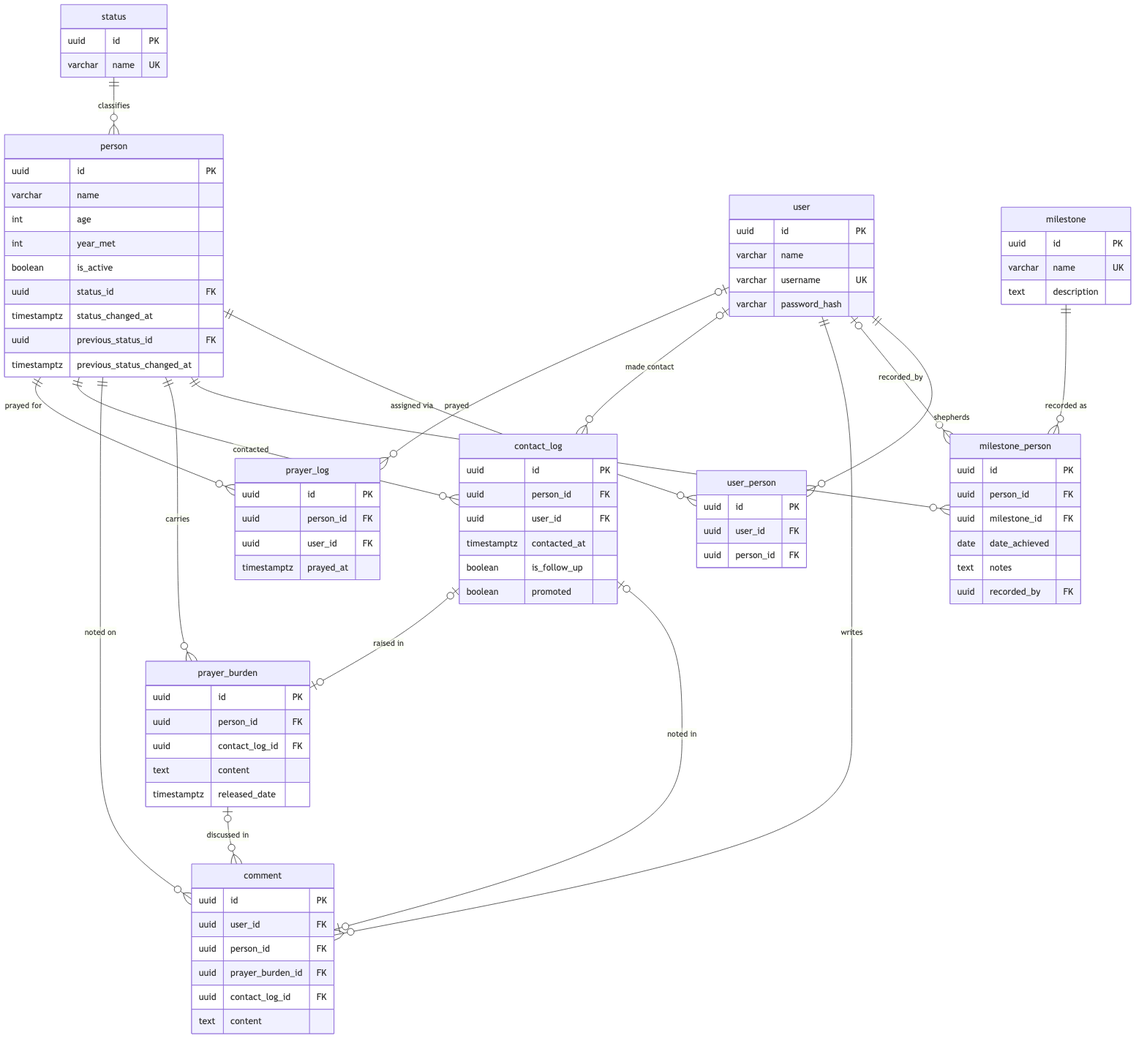
CocoaCommander/shepherd-my-sheep keeps this Mermaid diagram as docs/diagrams/schema.png. Above is the earlier version. Its source is kept beside it as docs/diagrams/schema.mmd.
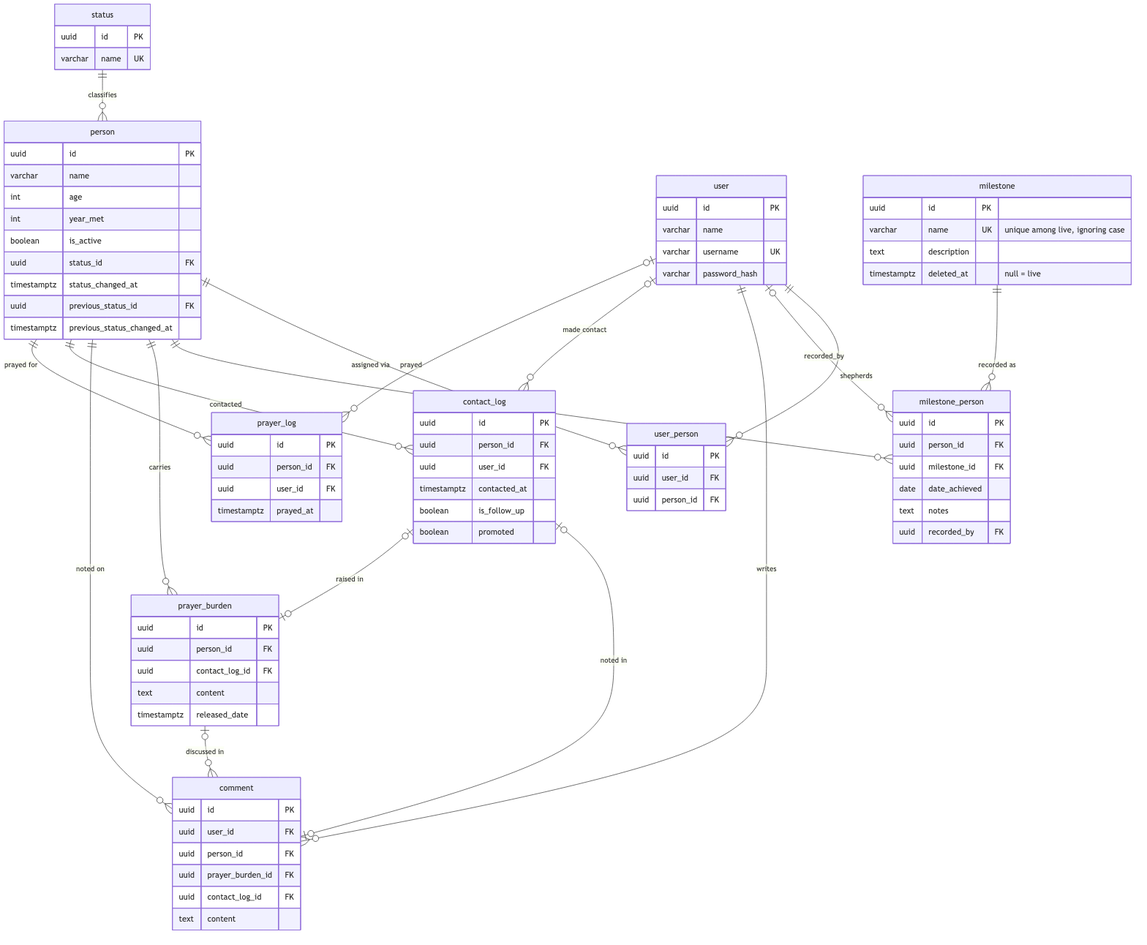
Later version of the same file.

Commit message:
Business rule 7; schema diagram deleted_at

The edit, as a diff of the source:
```diff
@@ -26,8 +26,9 @@
     }
     milestone {
         uuid id PK
-        varchar name UK
+        varchar name UK "unique among live, ignoring case"
         text description
+        timestamptz deleted_at "null = live"
     }
     user {
         uuid id PK
```
